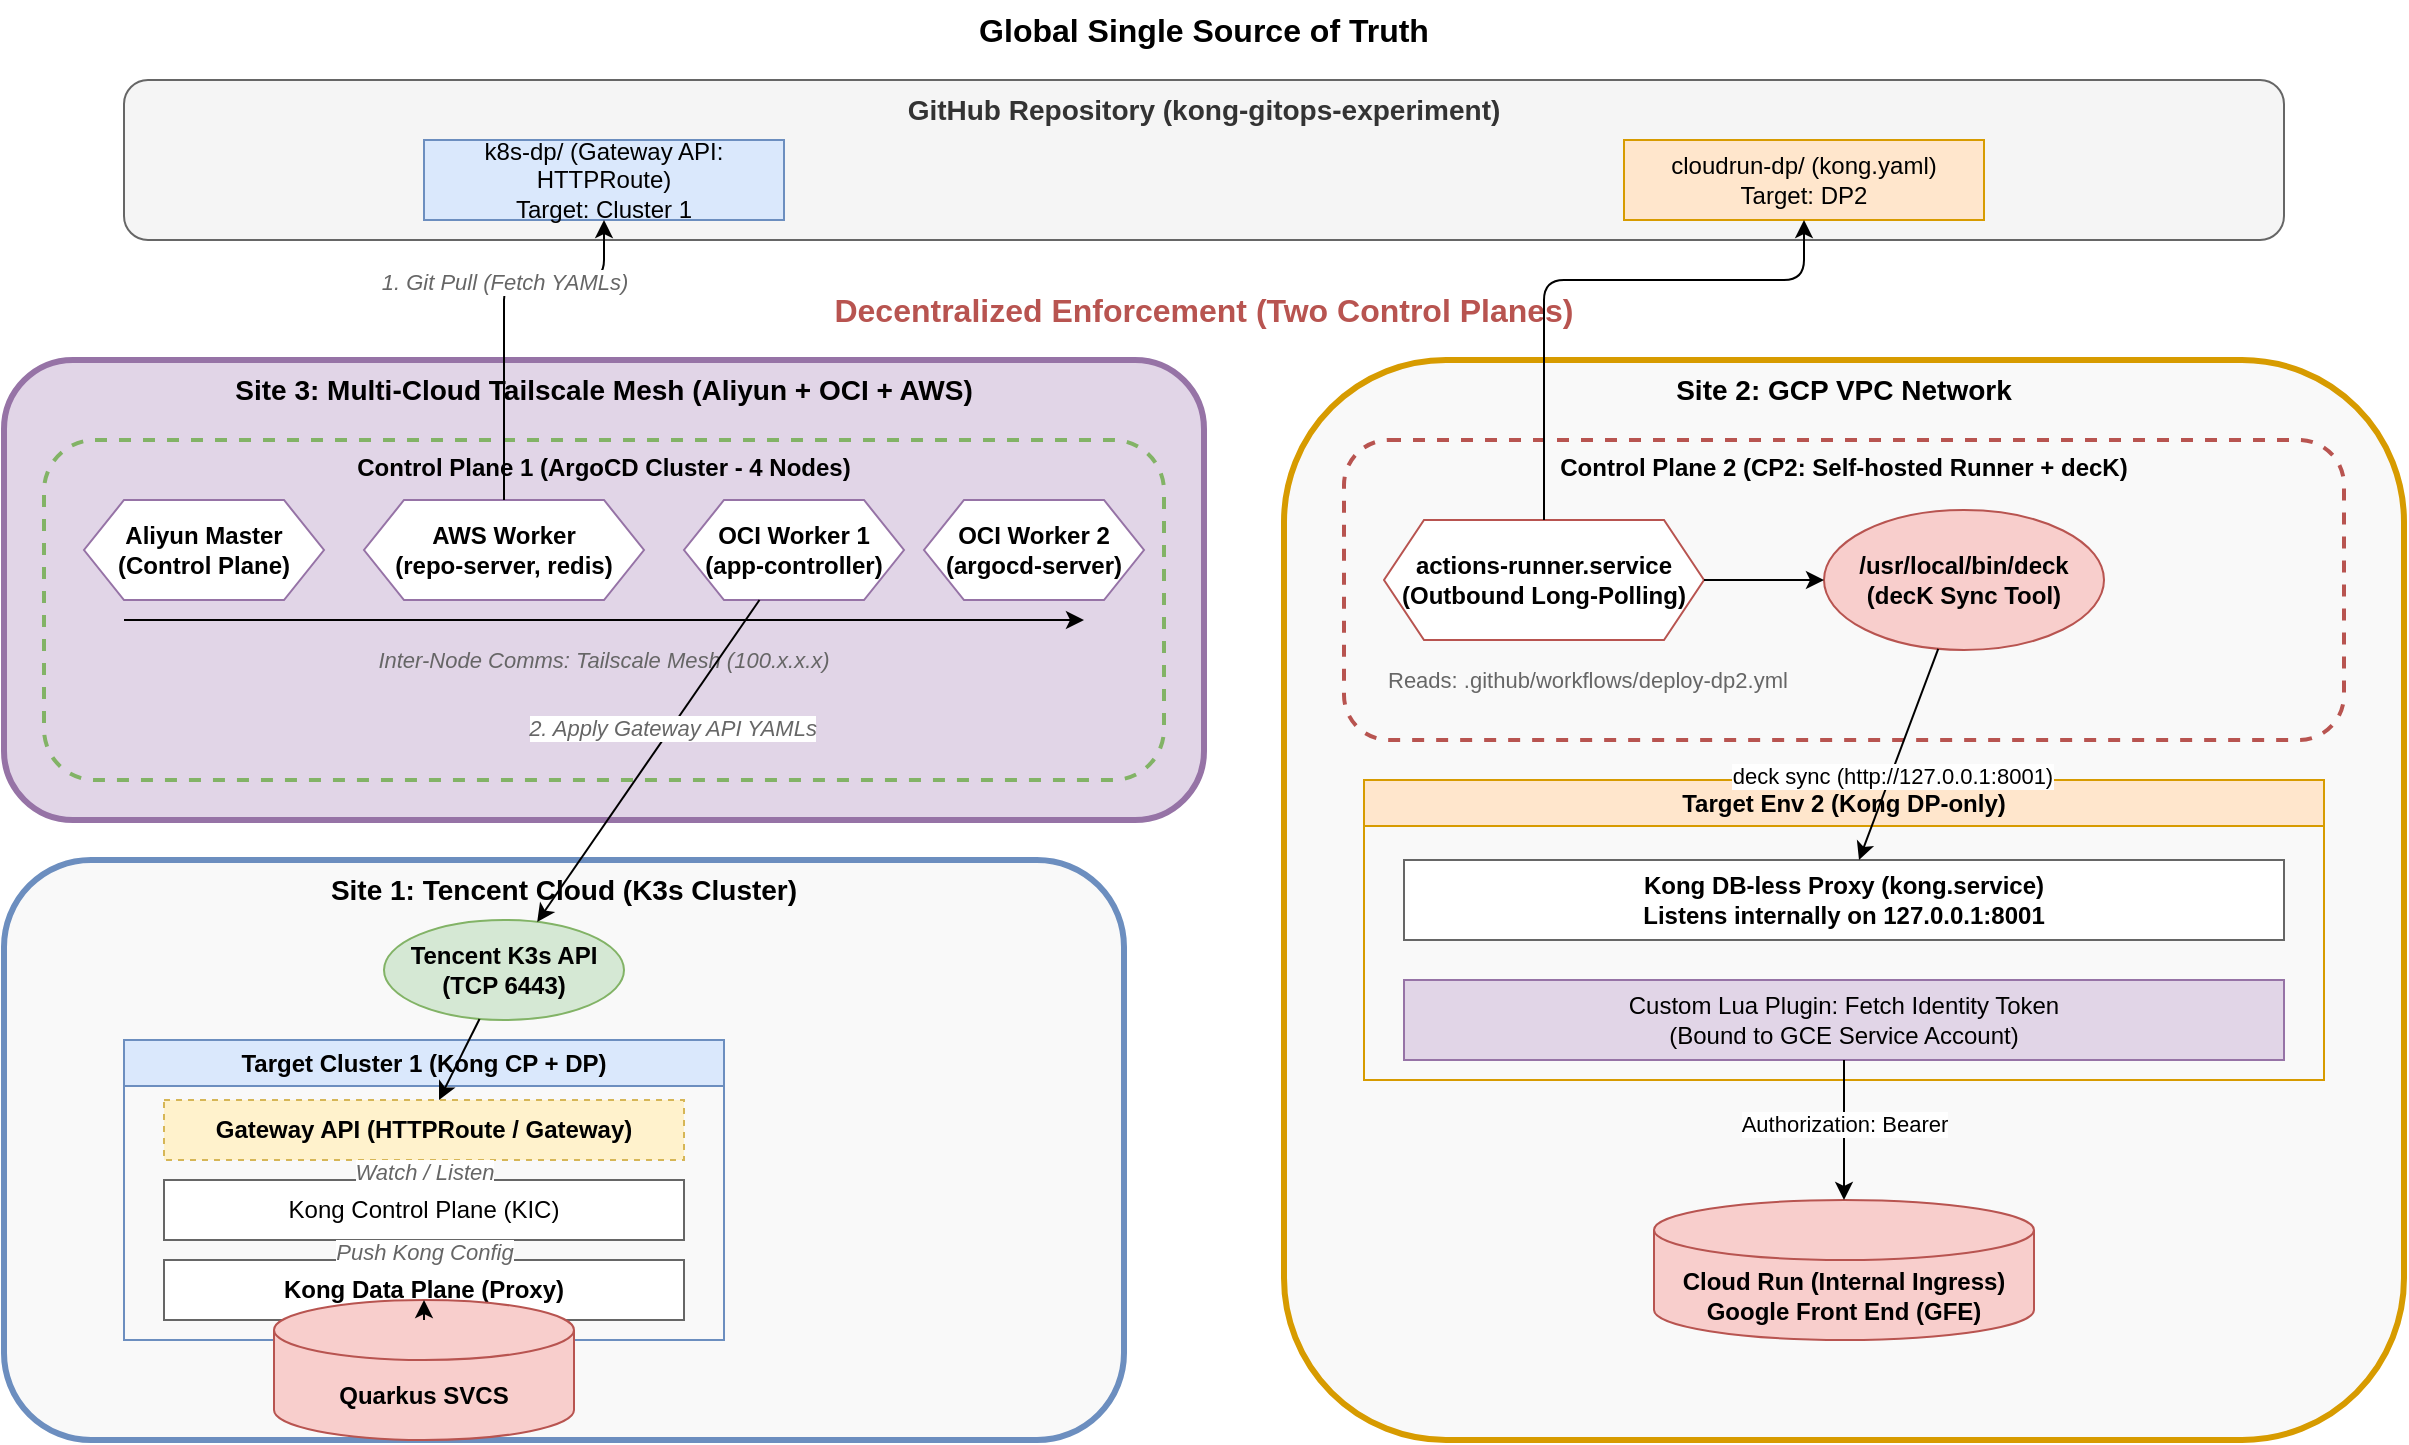
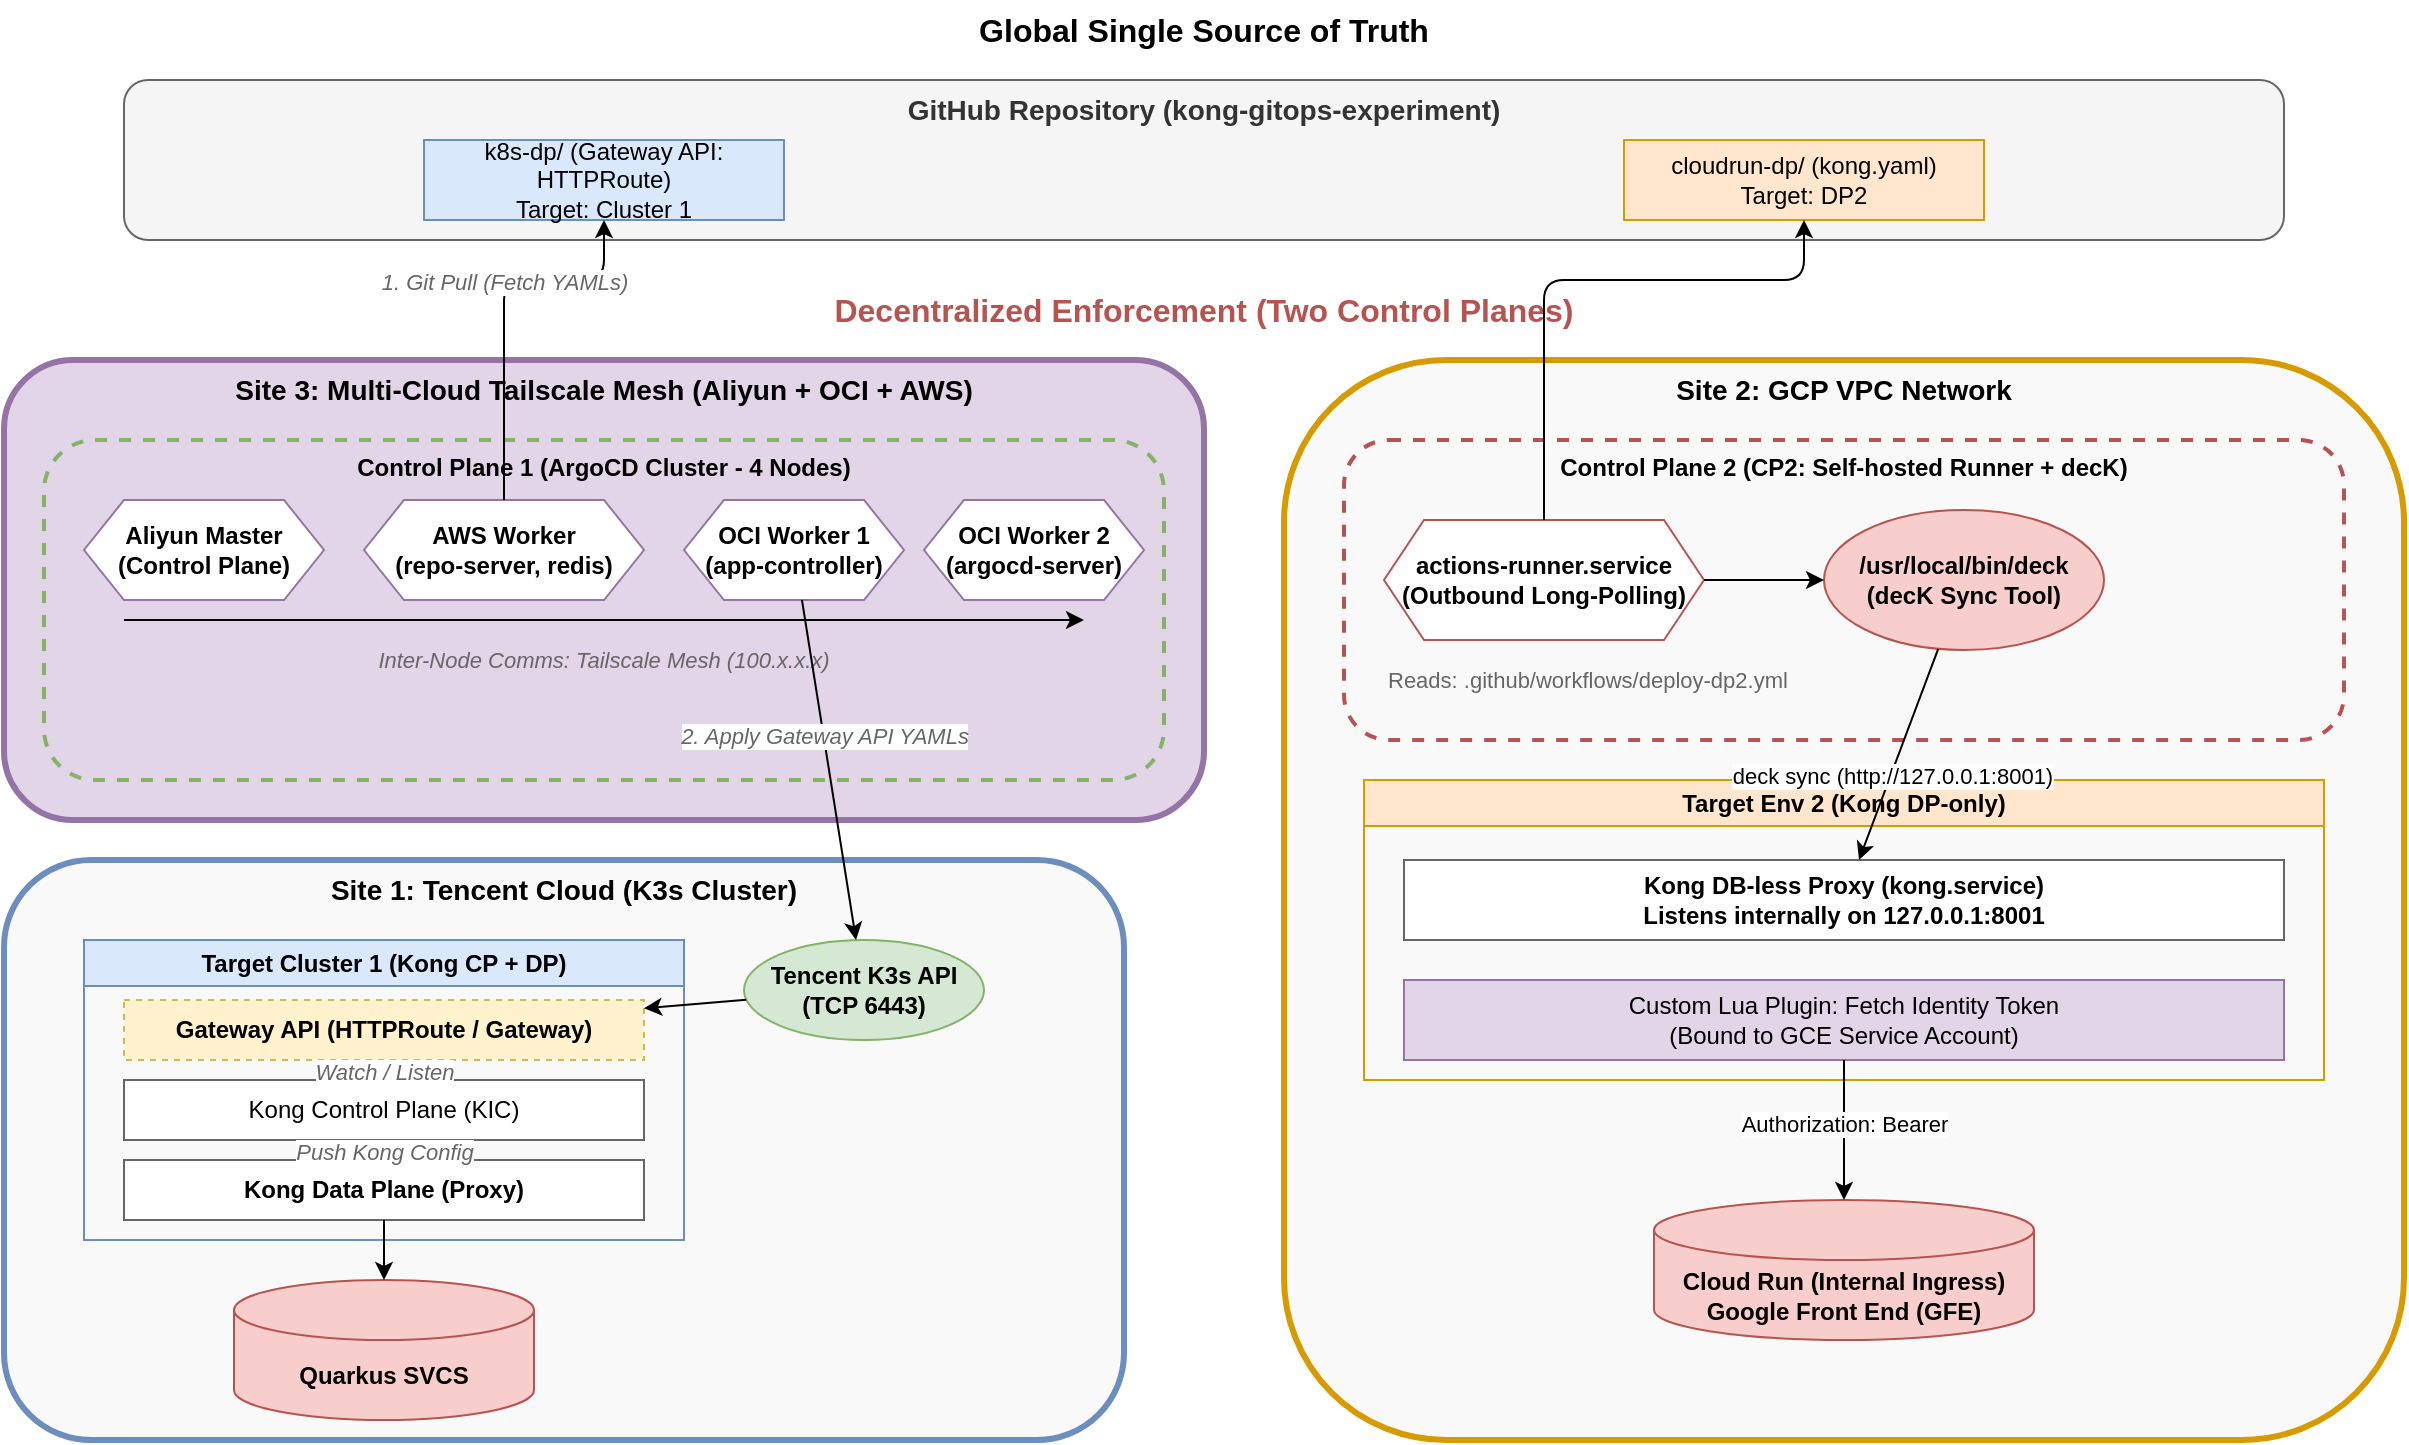
- <mxfile host="Electron" modified="2026-06-06T14:45:00.000Z" agent="Mozilla/5.0" version="22.1.2" type="device">
+ <mxfile host="app.diagrams.net" agent="Mozilla/5.0">
  <diagram id="kong-gitops-cp-details" name="Architecture">
-     <mxGraphModel dx="1434" dy="844" grid="1" gridSize="10" guides="1" tooltips="1" connect="1" arrows="1" fold="1" page="1" pageScale="1" pageWidth="1300" pageHeight="900" math="0" shadow="0">
+     <mxGraphModel dx="1542" dy="1971" grid="1" gridSize="10" guides="1" tooltips="1" connect="1" arrows="1" fold="1" page="1" pageScale="1" pageWidth="1300" pageHeight="900" math="0" shadow="0">
      <root>
        <mxCell id="0" />
        <mxCell id="1" parent="0" />
- 
-         <!-- Global Truth -->
-         <mxCell id="global_truth" value="Global Single Source of Truth" style="text;html=1;strokeColor=none;fillColor=none;align=center;verticalAlign=middle;whiteSpace=wrap;rounded=0;fontStyle=1;fontSize=16;" vertex="1" parent="1">
-           <mxGeometry x="500" y="10" width="280" height="30" as="geometry" />
+         <mxCell id="global_truth" parent="1" style="text;html=1;strokeColor=none;fillColor=none;align=center;verticalAlign=middle;whiteSpace=wrap;rounded=0;fontStyle=1;fontSize=16;" value="Global Single Source of Truth" vertex="1">
+           <mxGeometry height="30" width="280" x="500" y="10" as="geometry" />
        </mxCell>
- 
-         <!-- GitHub Repo Box -->
-         <mxCell id="github_repo" value="GitHub Repository (kong-gitops-experiment)" style="rounded=1;whiteSpace=wrap;html=1;fillColor=#f5f5f5;fontStyle=1;strokeColor=#666666;fontColor=#333333;verticalAlign=top;fontSize=14;" vertex="1" parent="1">
-           <mxGeometry x="100" y="50" width="1080" height="80" as="geometry" />
+         <mxCell id="github_repo" parent="1" style="rounded=1;whiteSpace=wrap;html=1;fillColor=#f5f5f5;fontStyle=1;strokeColor=#666666;fontColor=#333333;verticalAlign=top;fontSize=14;" value="GitHub Repository (kong-gitops-experiment)" vertex="1">
+           <mxGeometry height="80" width="1080" x="100" y="50" as="geometry" />
        </mxCell>
- 
-         <mxCell id="github_k8s_code" value="k8s-dp/ (Gateway API: HTTPRoute)&#10;Target: Cluster 1" style="rounded=0;whiteSpace=wrap;html=1;fillColor=#dae8fc;strokeColor=#6c8ebf;" vertex="1" parent="1">
-           <mxGeometry x="250" y="80" width="180" height="40" as="geometry" />
+         <mxCell id="github_k8s_code" parent="1" style="rounded=0;whiteSpace=wrap;html=1;fillColor=#dae8fc;strokeColor=#6c8ebf;" value="k8s-dp/ (Gateway API: HTTPRoute)&#xa;Target: Cluster 1" vertex="1">
+           <mxGeometry height="40" width="180" x="250" y="80" as="geometry" />
        </mxCell>
- 
-         <mxCell id="github_cr_code" value="cloudrun-dp/ (kong.yaml)&#10;Target: DP2" style="rounded=0;whiteSpace=wrap;html=1;fillColor=#ffe6cc;strokeColor=#d79b00;" vertex="1" parent="1">
-           <mxGeometry x="850" y="80" width="180" height="40" as="geometry" />
+         <mxCell id="github_cr_code" parent="1" style="rounded=0;whiteSpace=wrap;html=1;fillColor=#ffe6cc;strokeColor=#d79b00;" value="cloudrun-dp/ (kong.yaml)&#xa;Target: DP2" vertex="1">
+           <mxGeometry height="40" width="180" x="850" y="80" as="geometry" />
        </mxCell>
- 
-         <!-- Decentralized Control Planes Header -->
-         <mxCell id="decentralized_label" value="Decentralized Enforcement (Two Control Planes)" style="text;html=1;strokeColor=none;fillColor=none;align=center;verticalAlign=middle;whiteSpace=wrap;rounded=0;fontStyle=1;fontSize=16;fontColor=#b85450;" vertex="1" parent="1">
-           <mxGeometry x="450" y="150" width="380" height="30" as="geometry" />
+         <mxCell id="decentralized_label" parent="1" style="text;html=1;strokeColor=none;fillColor=none;align=center;verticalAlign=middle;whiteSpace=wrap;rounded=0;fontStyle=1;fontSize=16;fontColor=#b85450;" value="Decentralized Enforcement (Two Control Planes)" vertex="1">
+           <mxGeometry height="30" width="380" x="450" y="150" as="geometry" />
        </mxCell>
- 
-         <!-- Site 3: OCI & Aliyun & AWS -->
-         <mxCell id="oci_cloud" value="Site 3: Multi-Cloud Tailscale Mesh (Aliyun + OCI + AWS)" style="rounded=1;whiteSpace=wrap;html=1;fillColor=#e1d5e7;strokeColor=#9673a6;strokeWidth=3;verticalAlign=top;fontStyle=1;fontSize=14;" vertex="1" parent="1">
-           <mxGeometry x="40" y="190" width="600" height="230" as="geometry" />
+         <mxCell id="oci_cloud" parent="1" style="rounded=1;whiteSpace=wrap;html=1;fillColor=#e1d5e7;strokeColor=#9673a6;strokeWidth=3;verticalAlign=top;fontStyle=1;fontSize=14;" value="Site 3: Multi-Cloud Tailscale Mesh (Aliyun + OCI + AWS)" vertex="1">
+           <mxGeometry height="230" width="600" x="40" y="190" as="geometry" />
        </mxCell>
- 
-         <!-- Site 1: Tencent Cloud -->
-         <mxCell id="lan_cluster" value="Site 1: Tencent Cloud (K3s Cluster)" style="rounded=1;whiteSpace=wrap;html=1;fillColor=#f9f9f9;strokeColor=#6c8ebf;strokeWidth=3;verticalAlign=top;fontStyle=1;fontSize=14;" vertex="1" parent="1">
-           <mxGeometry x="40" y="440" width="560" height="290" as="geometry" />
+         <mxCell id="lan_cluster" parent="1" style="rounded=1;whiteSpace=wrap;html=1;fillColor=#f9f9f9;strokeColor=#6c8ebf;strokeWidth=3;verticalAlign=top;fontStyle=1;fontSize=14;" value="Site 1: Tencent Cloud (K3s Cluster)" vertex="1">
+           <mxGeometry height="290" width="560" x="40" y="440" as="geometry" />
        </mxCell>
- 
-         <!-- Site 2: GCP -->
-         <mxCell id="gcp_vpc" value="Site 2: GCP VPC Network" style="rounded=1;whiteSpace=wrap;html=1;fillColor=#f9f9f9;strokeColor=#d79b00;strokeWidth=3;verticalAlign=top;fontStyle=1;fontSize=14;" vertex="1" parent="1">
-           <mxGeometry x="680" y="190" width="560" height="540" as="geometry" />
+         <mxCell id="gcp_vpc" parent="1" style="rounded=1;whiteSpace=wrap;html=1;fillColor=#f9f9f9;strokeColor=#d79b00;strokeWidth=3;verticalAlign=top;fontStyle=1;fontSize=14;" value="Site 2: GCP VPC Network" vertex="1">
+           <mxGeometry height="540" width="560" x="680" y="190" as="geometry" />
        </mxCell>
- 
-         <!-- CP1 Box (Cross-Cloud) -->
-         <mxCell id="cp1_box" value="Control Plane 1 (ArgoCD Cluster - 4 Nodes)" style="rounded=1;whiteSpace=wrap;html=1;fillColor=none;strokeColor=#82b366;strokeWidth=2;dashed=1;verticalAlign=top;fontStyle=1;" vertex="1" parent="1">
-           <mxGeometry x="60" y="230" width="560" height="170" as="geometry" />
+         <mxCell id="cp1_box" parent="1" style="rounded=1;whiteSpace=wrap;html=1;fillColor=none;strokeColor=#82b366;strokeWidth=2;dashed=1;verticalAlign=top;fontStyle=1;" value="Control Plane 1 (ArgoCD Cluster - 4 Nodes)" vertex="1">
+           <mxGeometry height="170" width="560" x="60" y="230" as="geometry" />
        </mxCell>
- 
-         <mxCell id="cp1_aliyun" value="Aliyun Master&#10;(Control Plane)" style="shape=hexagon;perimeter=hexagonPerimeter2;whiteSpace=wrap;html=1;fixedSize=1;fillColor=#ffffff;strokeColor=#9673a6;fontStyle=1" vertex="1" parent="cp1_box">
-           <mxGeometry x="20" y="30" width="120" height="50" as="geometry" />
+         <mxCell id="cp1_aliyun" parent="cp1_box" style="shape=hexagon;perimeter=hexagonPerimeter2;whiteSpace=wrap;html=1;fixedSize=1;fillColor=#ffffff;strokeColor=#9673a6;fontStyle=1" value="Aliyun Master&#xa;(Control Plane)" vertex="1">
+           <mxGeometry height="50" width="120" x="20" y="30" as="geometry" />
        </mxCell>
- 
-         <mxCell id="cp1_aws" value="AWS Worker&#10;(repo-server, redis)" style="shape=hexagon;perimeter=hexagonPerimeter2;whiteSpace=wrap;html=1;fixedSize=1;fillColor=#ffffff;strokeColor=#9673a6;fontStyle=1" vertex="1" parent="cp1_box">
-           <mxGeometry x="160" y="30" width="140" height="50" as="geometry" />
+         <mxCell id="cp1_aws" parent="cp1_box" style="shape=hexagon;perimeter=hexagonPerimeter2;whiteSpace=wrap;html=1;fixedSize=1;fillColor=#ffffff;strokeColor=#9673a6;fontStyle=1" value="AWS Worker&#xa;(repo-server, redis)" vertex="1">
+           <mxGeometry height="50" width="140" x="160" y="30" as="geometry" />
        </mxCell>
- 
-         <mxCell id="cp1_oci1" value="OCI Worker 1&#10;(app-controller)" style="shape=hexagon;perimeter=hexagonPerimeter2;whiteSpace=wrap;html=1;fixedSize=1;fillColor=#ffffff;strokeColor=#9673a6;fontStyle=1" vertex="1" parent="cp1_box">
-           <mxGeometry x="320" y="30" width="110" height="50" as="geometry" />
+         <mxCell id="cp1_oci1" parent="cp1_box" style="shape=hexagon;perimeter=hexagonPerimeter2;whiteSpace=wrap;html=1;fixedSize=1;fillColor=#ffffff;strokeColor=#9673a6;fontStyle=1" value="OCI Worker 1&#xa;(app-controller)" vertex="1">
+           <mxGeometry height="50" width="110" x="320" y="30" as="geometry" />
        </mxCell>
- 
-         <mxCell id="cp1_oci2" value="OCI Worker 2&#10;(argocd-server)" style="shape=hexagon;perimeter=hexagonPerimeter2;whiteSpace=wrap;html=1;fixedSize=1;fillColor=#ffffff;strokeColor=#9673a6;fontStyle=1" vertex="1" parent="cp1_box">
-           <mxGeometry x="440" y="30" width="110" height="50" as="geometry" />
+         <mxCell id="cp1_oci2" parent="cp1_box" style="shape=hexagon;perimeter=hexagonPerimeter2;whiteSpace=wrap;html=1;fixedSize=1;fillColor=#ffffff;strokeColor=#9673a6;fontStyle=1" value="OCI Worker 2&#xa;(argocd-server)" vertex="1">
+           <mxGeometry height="50" width="110" x="440" y="30" as="geometry" />
        </mxCell>
- 
-         <!-- Tailscale Mesh Network inside CP1 -->
-         <mxCell id="cp1_tailscale_desc" value="Inter-Node Comms: Tailscale Mesh (100.x.x.x)" style="text;html=1;strokeColor=none;fillColor=none;align=center;verticalAlign=middle;whiteSpace=wrap;rounded=0;fontStyle=2;fontSize=11;fontColor=#666666;" vertex="1" parent="cp1_box">
-           <mxGeometry x="130" y="100" width="300" height="20" as="geometry" />
+         <mxCell id="cp1_tailscale_desc" parent="cp1_box" style="text;html=1;strokeColor=none;fillColor=none;align=center;verticalAlign=middle;whiteSpace=wrap;rounded=0;fontStyle=2;fontSize=11;fontColor=#666666;" value="Inter-Node Comms: Tailscale Mesh (100.x.x.x)" vertex="1">
+           <mxGeometry height="20" width="300" x="130" y="100" as="geometry" />
        </mxCell>
        <mxCell id="cp1_tailscale_line" edge="1" parent="cp1_box">
-           <mxGeometry width="50" height="50" relative="1" as="geometry">
+           <mxGeometry height="50" relative="1" width="50" as="geometry">
            <mxPoint x="40" y="90" as="sourcePoint" />
            <mxPoint x="520" y="90" as="targetPoint" />
          </mxGeometry>
        </mxCell>
- 
-         <!-- K8s API in Tencent -->
-         <mxCell id="tencent_api" value="Tencent K3s API&#10;(TCP 6443)" style="ellipse;whiteSpace=wrap;html=1;fillColor=#d5e8d4;strokeColor=#82b366;fontStyle=1" vertex="1" parent="1">
-           <mxGeometry x="230" y="470" width="120" height="50" as="geometry" />
+         <mxCell id="tencent_api" parent="1" style="ellipse;whiteSpace=wrap;html=1;fillColor=#d5e8d4;strokeColor=#82b366;fontStyle=1" value="Tencent K3s API&#xa;(TCP 6443)" vertex="1">
+           <mxGeometry height="50" width="120" x="410" y="480" as="geometry" />
        </mxCell>
- 
-         <!-- ArgoCD Application Controller -> Tencent API -->
        <mxCell id="argo_to_tencent" edge="1" parent="1" source="cp1_oci1" target="tencent_api">
          <mxGeometry relative="1" as="geometry" />
        </mxCell>
-         <mxCell id="label_argo_sync" value="2. Apply Gateway API YAMLs" style="edgeLabel;html=1;align=center;verticalAlign=middle;resizable=0;points=[];fontColor=#666666;fontStyle=2;backgroundColor=#ffffff;" vertex="1" connectable="0" parent="argo_to_tencent">
-           <mxGeometry x="-0.2" relative="1" as="geometry">
+         <mxCell id="label_argo_sync" connectable="0" parent="argo_to_tencent" style="edgeLabel;html=1;align=center;verticalAlign=middle;resizable=0;points=[];fontColor=#666666;fontStyle=2;backgroundColor=#ffffff;" value="2. Apply Gateway API YAMLs" vertex="1">
+           <mxGeometry relative="1" x="-0.2" as="geometry">
            <mxPoint as="offset" />
          </mxGeometry>
        </mxCell>
- 
-         <!-- DP1 (Tencent KIC) -->
-         <mxCell id="dp1_box" value="Target Cluster 1 (Kong CP + DP)" style="swimlane;whiteSpace=wrap;html=1;fillColor=#dae8fc;strokeColor=#6c8ebf;fontStyle=1" vertex="1" parent="1">
-           <mxGeometry x="100" y="530" width="300" height="150" as="geometry" />
+         <mxCell id="dp1_box" parent="1" style="swimlane;whiteSpace=wrap;html=1;fillColor=#dae8fc;strokeColor=#6c8ebf;fontStyle=1" value="Target Cluster 1 (Kong CP + DP)" vertex="1">
+           <mxGeometry height="150" width="300" x="80" y="480" as="geometry" />
        </mxCell>
-         <mxCell id="kic1" value="Kong Control Plane (KIC)" style="rounded=0;whiteSpace=wrap;html=1;fillColor=#ffffff;strokeColor=#666666;" vertex="1" parent="dp1_box">
-           <mxGeometry x="20" y="70" width="260" height="30" as="geometry" />
+         <mxCell id="kic1" parent="dp1_box" style="rounded=0;whiteSpace=wrap;html=1;fillColor=#ffffff;strokeColor=#666666;" value="Kong Control Plane (KIC)" vertex="1">
+           <mxGeometry height="30" width="260" x="20" y="70" as="geometry" />
        </mxCell>
-                 <mxCell id="proxy1" value="Kong Data Plane (Proxy)" style="rounded=0;whiteSpace=wrap;html=1;fillColor=#ffffff;strokeColor=#666666;fontStyle=1" vertex="1" parent="dp1_box">
-           <mxGeometry x="20" y="110" width="260" height="30" as="geometry" />
+         <mxCell id="proxy1" parent="dp1_box" style="rounded=0;whiteSpace=wrap;html=1;fillColor=#ffffff;strokeColor=#666666;fontStyle=1" value="Kong Data Plane (Proxy)" vertex="1">
+           <mxGeometry height="30" width="260" x="20" y="110" as="geometry" />
        </mxCell>
-         <mxCell id="gw_api" value="Gateway API (HTTPRoute / Gateway)" style="rounded=0;whiteSpace=wrap;html=1;fillColor=#fff2cc;strokeColor=#d6b656;fontStyle=1;dashed=1" vertex="1" parent="dp1_box">
-           <mxGeometry x="20" y="30" width="260" height="30" as="geometry" />
+         <mxCell id="gw_api" parent="dp1_box" style="rounded=0;whiteSpace=wrap;html=1;fillColor=#fff2cc;strokeColor=#d6b656;fontStyle=1;dashed=1" value="Gateway API (HTTPRoute / Gateway)" vertex="1">
+           <mxGeometry height="30" width="260" x="20" y="30" as="geometry" />
        </mxCell>
- 
        <mxCell id="tencent_api_to_gw" edge="1" parent="1" source="tencent_api" target="gw_api">
          <mxGeometry relative="1" as="geometry" />
        </mxCell>
-         <mxCell id="gw_to_kic" edge="1" parent="1" source="gw_api" target="kic1" style="dashed=1;">
+         <mxCell id="gw_to_kic" edge="1" parent="1" source="gw_api" style="dashed=1;" target="kic1">
          <mxGeometry relative="1" as="geometry" />
        </mxCell>
-         <mxCell id="label_watch" value="Watch / Listen" style="edgeLabel;html=1;align=center;verticalAlign=middle;resizable=0;points=[];fontColor=#666666;fontStyle=2;backgroundColor=#ffffff;" vertex="1" connectable="0" parent="gw_to_kic">
-           <mxGeometry x="0.1" relative="1" as="geometry">
+         <mxCell id="label_watch" connectable="0" parent="gw_to_kic" style="edgeLabel;html=1;align=center;verticalAlign=middle;resizable=0;points=[];fontColor=#666666;fontStyle=2;backgroundColor=#ffffff;" value="Watch / Listen" vertex="1">
+           <mxGeometry relative="1" x="0.1" as="geometry">
            <mxPoint as="offset" />
          </mxGeometry>
        </mxCell>
        <mxCell id="kic_to_proxy" edge="1" parent="1" source="kic1" target="proxy1">
          <mxGeometry relative="1" as="geometry" />
        </mxCell>
-         <mxCell id="label_push" value="Push Kong Config" style="edgeLabel;html=1;align=center;verticalAlign=middle;resizable=0;points=[];fontColor=#666666;fontStyle=2;backgroundColor=#ffffff;" vertex="1" connectable="0" parent="kic_to_proxy">
-           <mxGeometry x="0.1" relative="1" as="geometry">
+         <mxCell id="label_push" connectable="0" parent="kic_to_proxy" style="edgeLabel;html=1;align=center;verticalAlign=middle;resizable=0;points=[];fontColor=#666666;fontStyle=2;backgroundColor=#ffffff;" value="Push Kong Config" vertex="1">
+           <mxGeometry relative="1" x="0.1" as="geometry">
            <mxPoint as="offset" />
          </mxGeometry>
        </mxCell>
- 
-         <!-- CP2 Box -->
-         <mxCell id="cp2_box" value="Control Plane 2 (CP2: Self-hosted Runner + decK)" style="rounded=1;whiteSpace=wrap;html=1;fillColor=none;strokeColor=#b85450;strokeWidth=2;dashed=1;verticalAlign=top;fontStyle=1;" vertex="1" parent="1">
-           <mxGeometry x="710" y="230" width="500" height="150" as="geometry" />
+         <mxCell id="cp2_box" parent="1" style="rounded=1;whiteSpace=wrap;html=1;fillColor=none;strokeColor=#b85450;strokeWidth=2;dashed=1;verticalAlign=top;fontStyle=1;" value="Control Plane 2 (CP2: Self-hosted Runner + decK)" vertex="1">
+           <mxGeometry height="150" width="500" x="710" y="230" as="geometry" />
        </mxCell>
-         <mxCell id="gh_actions_runner" value="actions-runner.service&#10;(Outbound Long-Polling)" style="shape=hexagon;perimeter=hexagonPerimeter2;whiteSpace=wrap;html=1;fixedSize=1;fillColor=#ffffff;strokeColor=#b85450;fontStyle=1" vertex="1" parent="cp2_box">
-           <mxGeometry x="20" y="40" width="160" height="60" as="geometry" />
+         <mxCell id="gh_actions_runner" parent="cp2_box" style="shape=hexagon;perimeter=hexagonPerimeter2;whiteSpace=wrap;html=1;fixedSize=1;fillColor=#ffffff;strokeColor=#b85450;fontStyle=1" value="actions-runner.service&#xa;(Outbound Long-Polling)" vertex="1">
+           <mxGeometry height="60" width="160" x="20" y="40" as="geometry" />
        </mxCell>
-         <mxCell id="deck_tool" value="/usr/local/bin/deck&#10;(decK Sync Tool)" style="ellipse;whiteSpace=wrap;html=1;fillColor=#f8cecc;strokeColor=#b85450;fontStyle=1" vertex="1" parent="cp2_box">
-           <mxGeometry x="240" y="35" width="140" height="70" as="geometry" />
+         <mxCell id="deck_tool" parent="cp2_box" style="ellipse;whiteSpace=wrap;html=1;fillColor=#f8cecc;strokeColor=#b85450;fontStyle=1" value="/usr/local/bin/deck&#xa;(decK Sync Tool)" vertex="1">
+           <mxGeometry height="70" width="140" x="240" y="35" as="geometry" />
        </mxCell>
        <mxCell id="run2deck" edge="1" parent="cp2_box" source="gh_actions_runner" target="deck_tool">
          <mxGeometry relative="1" as="geometry" />
        </mxCell>
-         <mxCell id="cp2_desc" value="Reads: .github/workflows/deploy-dp2.yml" style="text;html=1;strokeColor=none;fillColor=none;align=left;verticalAlign=middle;whiteSpace=wrap;rounded=0;fontSize=11;fontColor=#666666;" vertex="1" parent="cp2_box">
-           <mxGeometry x="20" y="110" width="250" height="20" as="geometry" />
+         <mxCell id="cp2_desc" parent="cp2_box" style="text;html=1;strokeColor=none;fillColor=none;align=left;verticalAlign=middle;whiteSpace=wrap;rounded=0;fontSize=11;fontColor=#666666;" value="Reads: .github/workflows/deploy-dp2.yml" vertex="1">
+           <mxGeometry height="20" width="250" x="20" y="110" as="geometry" />
        </mxCell>
- 
-         <!-- DP2 (GCP VM) -->
-         <mxCell id="dp2_box" value="Target Env 2 (Kong DP-only)" style="swimlane;whiteSpace=wrap;html=1;fillColor=#ffe6cc;strokeColor=#d79b00;fontStyle=1" vertex="1" parent="1">
-           <mxGeometry x="720" y="400" width="480" height="150" as="geometry" />
+         <mxCell id="dp2_box" parent="1" style="swimlane;whiteSpace=wrap;html=1;fillColor=#ffe6cc;strokeColor=#d79b00;fontStyle=1" value="Target Env 2 (Kong DP-only)" vertex="1">
+           <mxGeometry height="150" width="480" x="720" y="400" as="geometry" />
        </mxCell>
-         <mxCell id="vm_kong" value="Kong DB-less Proxy (kong.service)&#10;Listens internally on 127.0.0.1:8001" style="rounded=0;whiteSpace=wrap;html=1;fillColor=#ffffff;strokeColor=#666666;fontStyle=1" vertex="1" parent="dp2_box">
-           <mxGeometry x="20" y="40" width="440" height="40" as="geometry" />
+         <mxCell id="vm_kong" parent="dp2_box" style="rounded=0;whiteSpace=wrap;html=1;fillColor=#ffffff;strokeColor=#666666;fontStyle=1" value="Kong DB-less Proxy (kong.service)&#xa;Listens internally on 127.0.0.1:8001" vertex="1">
+           <mxGeometry height="40" width="440" x="20" y="40" as="geometry" />
        </mxCell>
-         <mxCell id="custom_plugin" value="Custom Lua Plugin: Fetch Identity Token&#10;(Bound to GCE Service Account)" style="rounded=0;whiteSpace=wrap;html=1;fillColor=#e1d5e7;strokeColor=#9673a6;fontStyle=0" vertex="1" parent="dp2_box">
-           <mxGeometry x="20" y="100" width="440" height="40" as="geometry" />
+         <mxCell id="custom_plugin" parent="dp2_box" style="rounded=0;whiteSpace=wrap;html=1;fillColor=#e1d5e7;strokeColor=#9673a6;fontStyle=0" value="Custom Lua Plugin: Fetch Identity Token&#xa;(Bound to GCE Service Account)" vertex="1">
+           <mxGeometry height="40" width="440" x="20" y="100" as="geometry" />
        </mxCell>
- 
-         <!-- Upstreams -->
-         <mxCell id="k8s_svc" value="Quarkus SVCS" style="shape=cylinder3;whiteSpace=wrap;html=1;boundedLbl=1;backgroundOutline=1;size=15;fillColor=#f8cecc;strokeColor=#b85450;fontStyle=1" vertex="1" parent="1">
-           <mxGeometry x="175" y="660" width="150" height="70" as="geometry" />
+         <mxCell id="k8s_svc" parent="1" style="shape=cylinder3;whiteSpace=wrap;html=1;boundedLbl=1;backgroundOutline=1;size=15;fillColor=#f8cecc;strokeColor=#b85450;fontStyle=1" value="Quarkus SVCS" vertex="1">
+           <mxGeometry height="70" width="150" x="155" y="650" as="geometry" />
        </mxCell>
-         <mxCell id="cr_svc" value="Cloud Run (Internal Ingress)&#10;Google Front End (GFE)" style="shape=cylinder3;whiteSpace=wrap;html=1;boundedLbl=1;backgroundOutline=1;size=15;fillColor=#f8cecc;strokeColor=#b85450;fontStyle=1" vertex="1" parent="1">
-           <mxGeometry x="865" y="610" width="190" height="70" as="geometry" />
+         <mxCell id="cr_svc" parent="1" style="shape=cylinder3;whiteSpace=wrap;html=1;boundedLbl=1;backgroundOutline=1;size=15;fillColor=#f8cecc;strokeColor=#b85450;fontStyle=1" value="Cloud Run (Internal Ingress)&#xa;Google Front End (GFE)" vertex="1">
+           <mxGeometry height="70" width="190" x="865" y="610" as="geometry" />
        </mxCell>
- 
-         <!-- Connections -->
-         <!-- Pulls -->
        <mxCell id="pull1" edge="1" parent="1" source="cp1_aws" target="github_k8s_code">
          <mxGeometry relative="1" as="geometry">
            <Array as="points">
              <mxPoint x="290" y="150" />
              <mxPoint x="340" y="150" />
            </Array>
          </mxGeometry>
        </mxCell>
-         <mxCell id="label_pull1" value="1. Git Pull (Fetch YAMLs)" style="edgeLabel;html=1;align=center;verticalAlign=middle;resizable=0;points=[];fontColor=#666666;fontStyle=2;backgroundColor=#ffffff;" vertex="1" connectable="0" parent="pull1">
-           <mxGeometry x="0.15" relative="1" as="geometry">
+         <mxCell id="label_pull1" connectable="0" parent="pull1" style="edgeLabel;html=1;align=center;verticalAlign=middle;resizable=0;points=[];fontColor=#666666;fontStyle=2;backgroundColor=#ffffff;" value="1. Git Pull (Fetch YAMLs)" vertex="1">
+           <mxGeometry relative="1" x="0.15" as="geometry">
            <mxPoint as="offset" />
          </mxGeometry>
        </mxCell>
        <mxCell id="pull2" edge="1" parent="1" source="gh_actions_runner" target="github_cr_code">
          <mxGeometry relative="1" as="geometry">
            <Array as="points">
              <mxPoint x="810" y="150" />
              <mxPoint x="940" y="150" />
            </Array>
          </mxGeometry>
        </mxCell>
- 
-         <!-- decK to VM Admin API -->
        <mxCell id="deck_to_vm" edge="1" parent="1" source="deck_tool" target="vm_kong">
          <mxGeometry relative="1" as="geometry" />
        </mxCell>
-         <mxCell id="label_deck" value="deck sync (http://127.0.0.1:8001)" style="edgeLabel;html=1;align=center;verticalAlign=middle;resizable=0;points=[];" vertex="1" connectable="0" parent="deck_to_vm">
-           <mxGeometry x="0.2" relative="1" as="geometry">
+         <mxCell id="label_deck" connectable="0" parent="deck_to_vm" style="edgeLabel;html=1;align=center;verticalAlign=middle;resizable=0;points=[];" value="deck sync (http://127.0.0.1:8001)" vertex="1">
+           <mxGeometry relative="1" x="0.2" as="geometry">
            <mxPoint as="offset" />
          </mxGeometry>
        </mxCell>
- 
-         <!-- Routing -->
        <mxCell id="rt1" edge="1" parent="1" source="proxy1" target="k8s_svc">
          <mxGeometry relative="1" as="geometry" />
        </mxCell>
        <mxCell id="rt2" edge="1" parent="1" source="custom_plugin" target="cr_svc">
          <mxGeometry relative="1" as="geometry" />
        </mxCell>
-         <mxCell id="label_auth" value="Authorization: Bearer &lt;ID_TOKEN&gt;" style="edgeLabel;html=1;align=center;verticalAlign=middle;resizable=0;points=[];" vertex="1" connectable="0" parent="rt2">
-           <mxGeometry x="-0.1" relative="1" as="geometry">
+         <mxCell id="label_auth" connectable="0" parent="rt2" style="edgeLabel;html=1;align=center;verticalAlign=middle;resizable=0;points=[];" value="Authorization: Bearer &lt;ID_TOKEN&gt;" vertex="1">
+           <mxGeometry relative="1" x="-0.1" as="geometry">
            <mxPoint as="offset" />
          </mxGeometry>
        </mxCell>
- 
      </root>
    </mxGraphModel>
  </diagram>
</mxfile>
